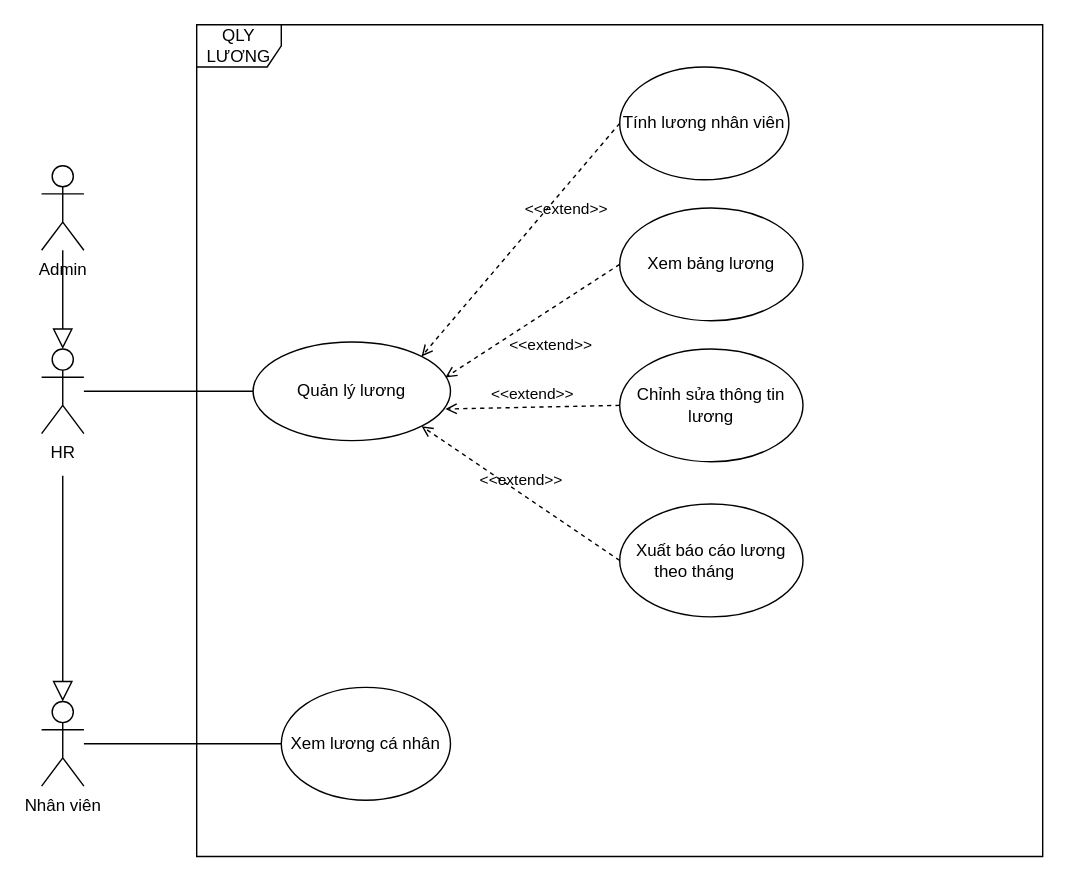
hoangda24312/Group4-DesigningSystem keeps this draw.io diagram as Quản lý lương.drawio. Above is the earlier version. Source tidied: cells renumbered, new cells numbered last; positions are measured from the earlier drawing's top-left corner, leaving out a move shared by most shapes. Both pictures are drawn from the tidied source at 141%, with x=0, y=0 at pixel (41, 24).
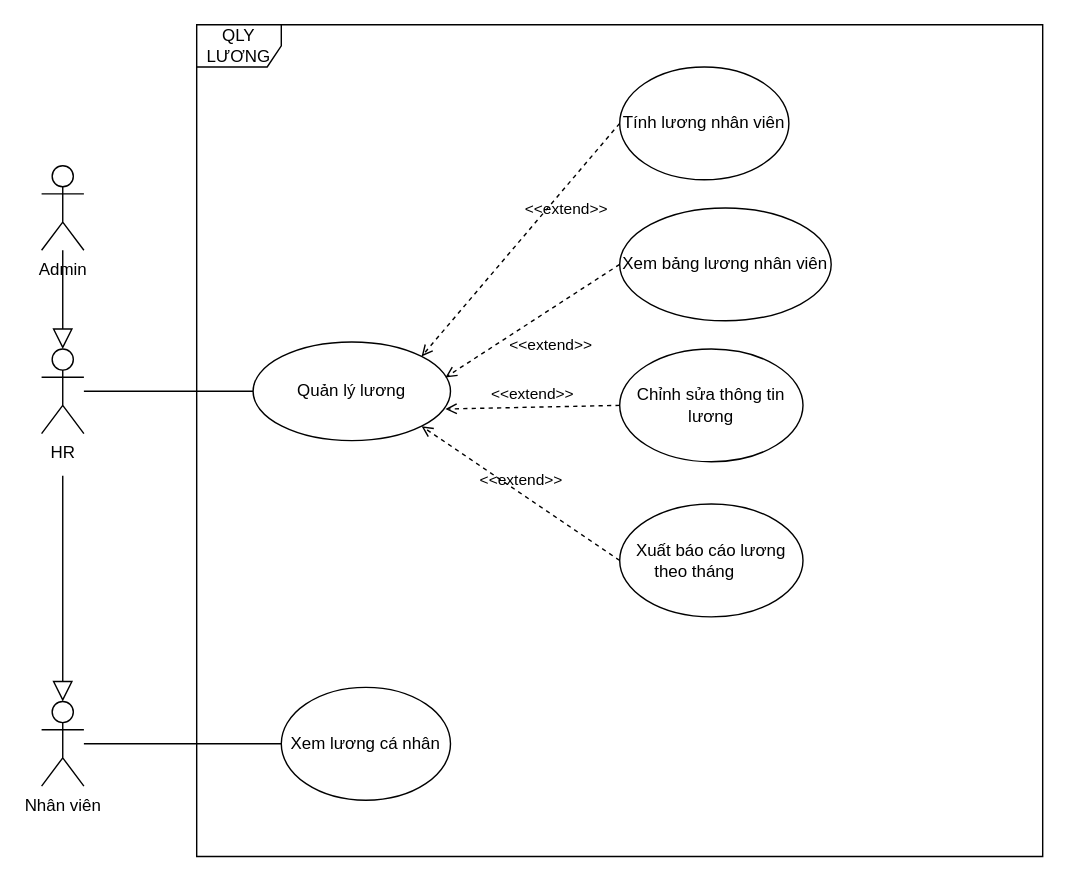
The same diagram, later.

Commit message (it also covers changes not shown here):
* xem bang luong

What changed in the source:
```diff
@@
-    <mxCell id="6" value="Xem bảng lương" style="ellipse;whiteSpace=wrap;html=1;" parent="1" vertex="1">
-      <mxGeometry x="410" y="130" width="130" height="80" as="geometry" />
+    <mxCell id="6" value="Xem bảng lương nhân viên" style="ellipse;whiteSpace=wrap;html=1;" parent="1" vertex="1">
+      <mxGeometry x="410" y="130" width="150" height="80" as="geometry" />
     </mxCell>
```
